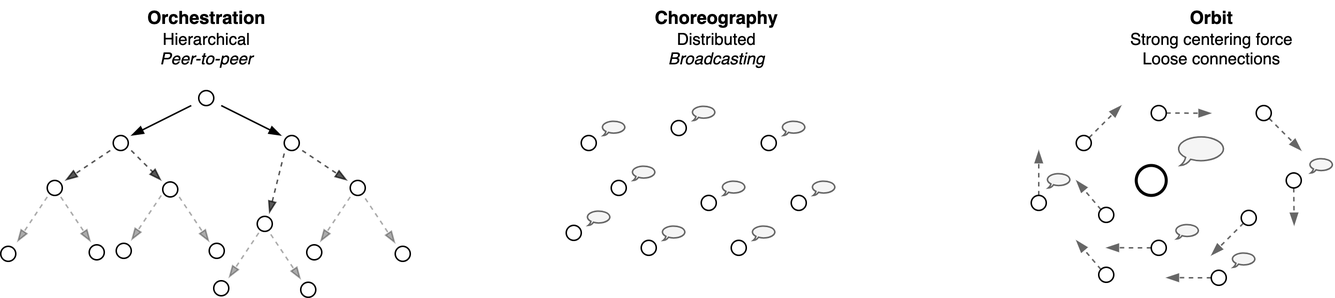
Earlier version of the draw.io export img/orchestration-choreography.png (voschezang/coding-handbook). Source tidied: cells renumbered, new cells last; positions are measured from the earlier drawing's top-left corner, leaving out a move shared by most shapes.
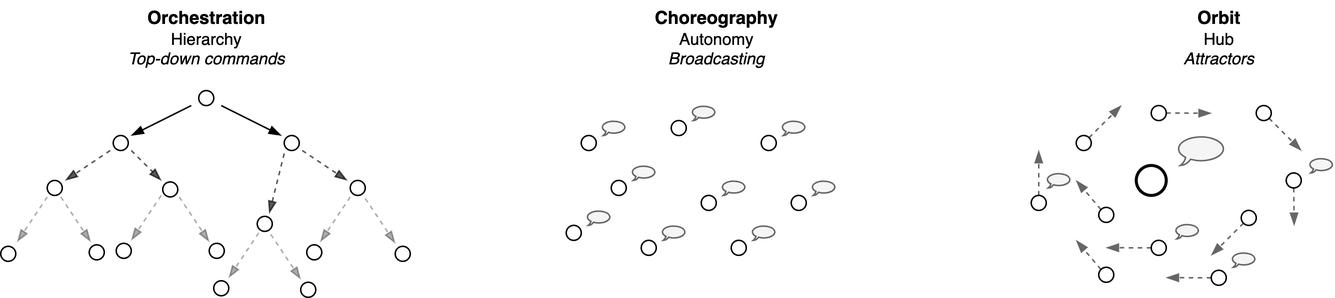
Above is the later version.

Diff of the diagram source:
```diff
@@ -92,10 +92,10 @@
     <mxCell id="17" style="ellipse;whiteSpace=wrap;html=1;" parent="1" vertex="1">
       <mxGeometry x="407" y="120" width="10" height="10" as="geometry" />
     </mxCell>
-    <mxCell id="18" value="&lt;font style=&quot;font-size: 12px;&quot;&gt;Orchestration&lt;/font&gt;&lt;br&gt;&lt;span style=&quot;font-weight: normal;&quot;&gt;Hierarchical&lt;br&gt;&lt;i&gt;Peer-to-peer&lt;/i&gt;&lt;br&gt;&lt;/span&gt;" style="text;html=1;align=center;verticalAlign=middle;strokeColor=none;fillColor=none;fontSize=11;fontFamily=Helvetica;fontColor=default;fontStyle=1;" parent="1" vertex="1">
-      <mxGeometry x="87" width="100" height="50" as="geometry" />
+    <mxCell id="18" value="&lt;font style=&quot;font-size: 12px;&quot;&gt;Orchestration&lt;/font&gt;&lt;br&gt;&lt;span style=&quot;font-weight: normal;&quot;&gt;Hierarchy&lt;br&gt;&lt;i&gt;Top-down commands&lt;/i&gt;&lt;br&gt;&lt;/span&gt;" style="text;html=1;align=center;verticalAlign=middle;strokeColor=none;fillColor=none;fontSize=11;fontFamily=Helvetica;fontColor=default;fontStyle=1;" parent="1" vertex="1">
+      <mxGeometry x="72" width="130" height="50" as="geometry" />
     </mxCell>
-    <mxCell id="19" value="&lt;font style=&quot;font-size: 12px;&quot;&gt;Choreography&lt;/font&gt;&lt;br&gt;&lt;span style=&quot;font-weight: normal;&quot;&gt;Distributed&lt;br&gt;&lt;i&gt;Broadcasting&lt;/i&gt;&lt;br&gt;&lt;/span&gt;" style="text;html=1;align=center;verticalAlign=middle;strokeColor=none;fillColor=none;fontSize=11;fontFamily=Helvetica;fontColor=default;fontStyle=1;" parent="1" vertex="1">
+    <mxCell id="19" value="&lt;font style=&quot;font-size: 12px;&quot;&gt;Choreography&lt;/font&gt;&lt;br&gt;&lt;span style=&quot;font-weight: normal;&quot;&gt;Autonomy&lt;br&gt;&lt;i&gt;Broadcasting&lt;/i&gt;&lt;br&gt;&lt;/span&gt;" style="text;html=1;align=center;verticalAlign=middle;strokeColor=none;fillColor=none;fontSize=11;fontFamily=Helvetica;fontColor=default;fontStyle=1;" parent="1" vertex="1">
       <mxGeometry x="422" width="110" height="50" as="geometry" />
     </mxCell>
     <mxCell id="20" style="whiteSpace=wrap;html=1;shape=mxgraph.basic.oval_callout;fontFamily=Helvetica;fontSize=11;fontColor=#333333;fillColor=#f5f5f5;strokeColor=#666666;" parent="1" vertex="1">
@@ -205,8 +205,8 @@
     <mxCell id="54" style="ellipse;whiteSpace=wrap;html=1;" parent="1" vertex="1">
       <mxGeometry x="767" y="70" width="10" height="10" as="geometry" />
     </mxCell>
-    <mxCell id="55" value="&lt;font style=&quot;font-size: 12px;&quot;&gt;Orbit&lt;/font&gt;&lt;br&gt;&lt;span style=&quot;font-weight: normal;&quot;&gt;Strong centering force&lt;br&gt;Loose connections&lt;br&gt;&lt;/span&gt;" style="text;html=1;align=center;verticalAlign=middle;strokeColor=none;fillColor=none;fontSize=11;fontFamily=Helvetica;fontColor=default;fontStyle=1;" parent="1" vertex="1">
-      <mxGeometry x="742" width="130" height="50" as="geometry" />
+    <mxCell id="55" value="&lt;font style=&quot;font-size: 12px;&quot;&gt;Orbit&lt;/font&gt;&lt;br&gt;&lt;span style=&quot;font-weight: normal;&quot;&gt;Hub&lt;br&gt;&lt;i&gt;Attractors&lt;/i&gt;&lt;br&gt;&lt;/span&gt;" style="text;html=1;align=center;verticalAlign=middle;strokeColor=none;fillColor=none;fontSize=11;fontFamily=Helvetica;fontColor=default;fontStyle=1;" parent="1" vertex="1">
+      <mxGeometry x="777" width="70" height="50" as="geometry" />
     </mxCell>
     <mxCell id="56" style="edgeStyle=none;shape=connector;rounded=0;jettySize=auto;html=1;exitX=0;exitY=0.5;exitDx=0;exitDy=0;dashed=1;labelBackgroundColor=default;strokeColor=#666666;align=center;verticalAlign=middle;fontFamily=Helvetica;fontSize=11;fontColor=default;endArrow=blockThin;endFill=1;fillColor=#f5f5f5;" parent="1" edge="1" source="57">
       <mxGeometry relative="1" as="geometry">
```
